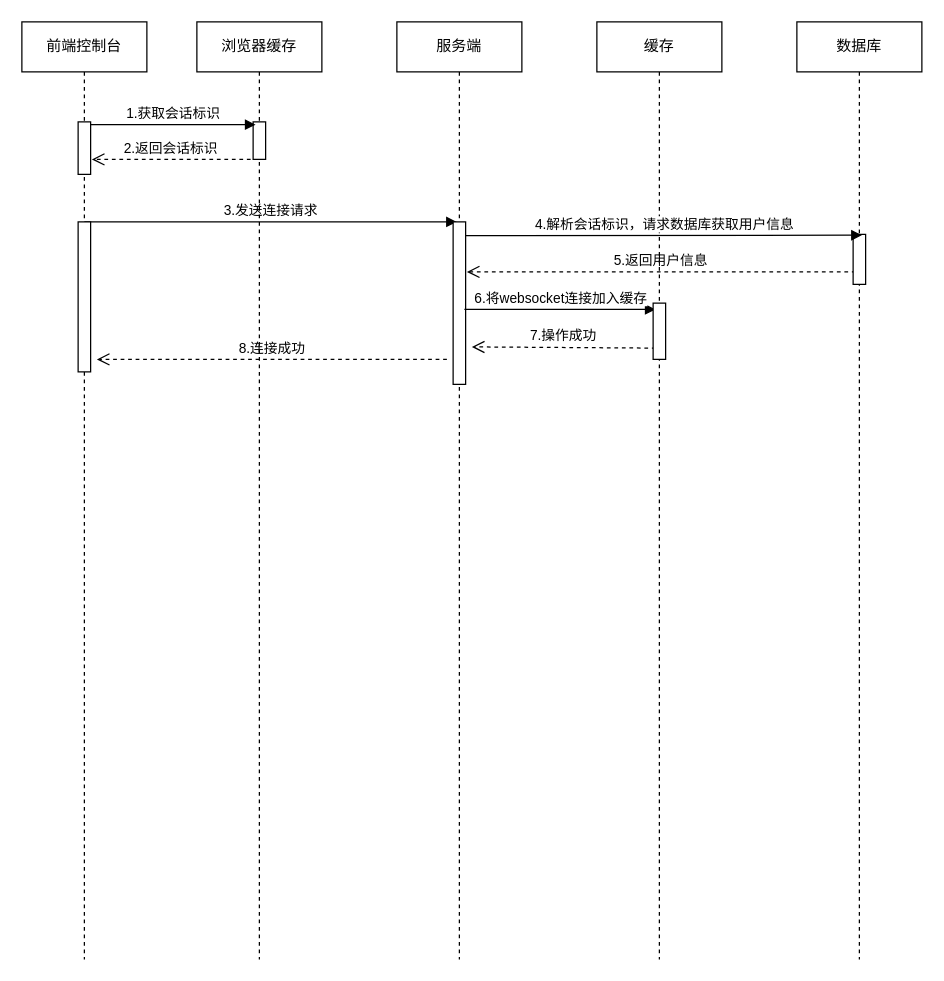
The draw.io diagram page "前端注册监听" (1 of 2) of websocket消息推送设计.drawio in iceAcmen/myDesign, before the edit. Source tidied: cells renumbered, new cells numbered last; positions are measured from the earlier drawing's top-left corner, leaving out a move shared by most shapes. Both pictures are drawn from the tidied source at 125%, with x=0, y=0 at pixel (21, 21).
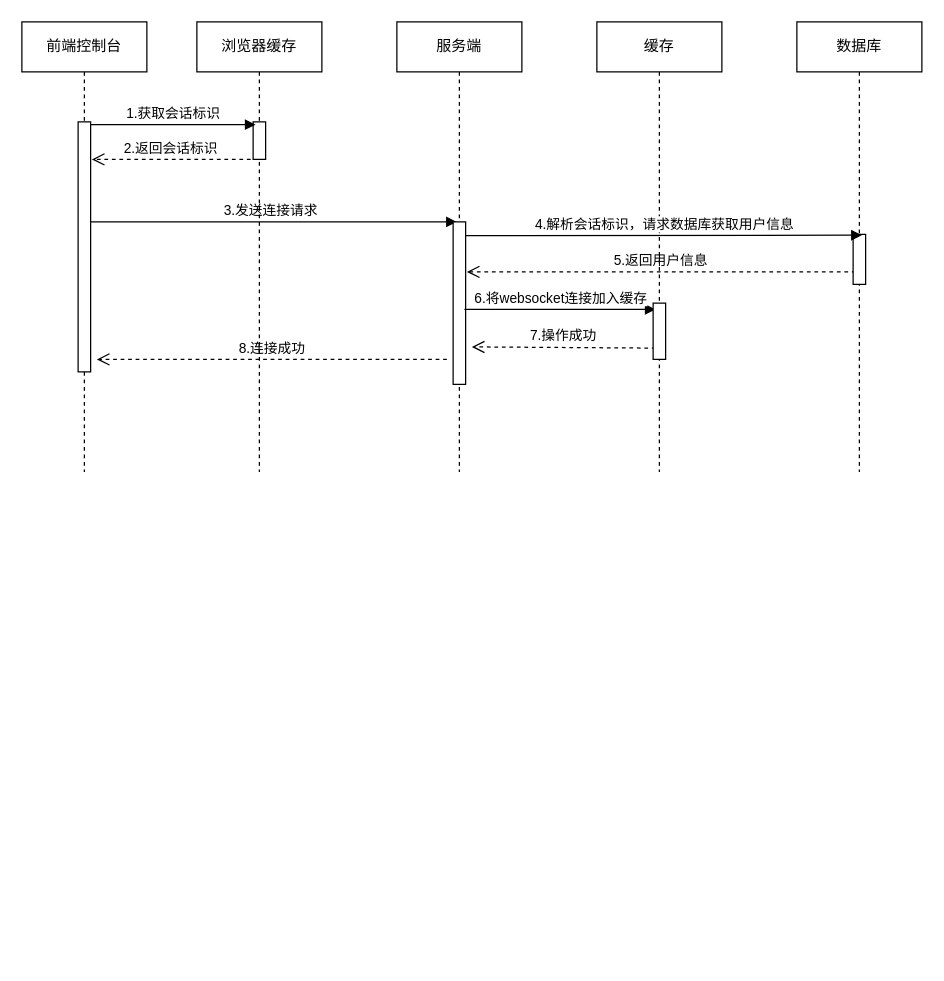
After the change.

Commit message (it also covers changes not shown here):
更新websocket消息推送设计.drawio

Unchanged cells that the change refers to:
```xml
<mxCell id="8" style="html=1;points=[];perimeter=orthogonalPerimeter;" parent="7" vertex="1">
  <mxGeometry x="45" y="80" width="10" height="30" as="geometry" />
</mxCell>
```

The edit, as a diff of the source:
```diff
@@
     <mxCell id="2" value="前端控制台" style="shape=umlLifeline;perimeter=lifelinePerimeter;whiteSpace=wrap;html=1;" parent="1" vertex="1">
-      <mxGeometry width="100" height="750" as="geometry" />
+      <mxGeometry width="100" height="360" as="geometry" />
     </mxCell>
@@
-    <mxCell id="5" style="html=1;points=[];perimeter=orthogonalPerimeter;" parent="2" vertex="1">
-      <mxGeometry x="45" y="80" width="10" height="42" as="geometry" />
-    </mxCell>
     <mxCell id="6" style="html=1;perimeter=orthogonalPerimeter;" parent="2" vertex="1">
-      <mxGeometry x="45" y="160" width="10" height="120" as="geometry" />
+      <mxGeometry x="45" y="80" width="10" height="200" as="geometry" />
     </mxCell>
     <mxCell id="7" value="浏览器缓存" style="shape=umlLifeline;perimeter=lifelinePerimeter;whiteSpace=wrap;html=1;" parent="1" vertex="1">
-      <mxGeometry x="140" width="100" height="750" as="geometry" />
+      <mxGeometry x="140" width="100" height="360" as="geometry" />
     </mxCell>
@@
     <mxCell id="9" value="服务端" style="shape=umlLifeline;perimeter=lifelinePerimeter;whiteSpace=wrap;html=1;" parent="1" vertex="1">
-      <mxGeometry x="300" width="100" height="750" as="geometry" />
+      <mxGeometry x="300" width="100" height="360" as="geometry" />
     </mxCell>
@@
     <mxCell id="14" value="缓存" style="shape=umlLifeline;perimeter=lifelinePerimeter;whiteSpace=wrap;html=1;" parent="1" vertex="1">
-      <mxGeometry x="460" width="100" height="750" as="geometry" />
+      <mxGeometry x="460" width="100" height="360" as="geometry" />
     </mxCell>
@@
     <mxCell id="16" value="数据库" style="shape=umlLifeline;perimeter=lifelinePerimeter;whiteSpace=wrap;html=1;" parent="1" vertex="1">
-      <mxGeometry x="620" width="100" height="750" as="geometry" />
+      <mxGeometry x="620" width="100" height="360" as="geometry" />
     </mxCell>
@@
-    <mxCell id="19" value="1.获取会话标识" style="html=1;verticalAlign=bottom;endArrow=block;entryX=0.2;entryY=0.075;entryDx=0;entryDy=0;entryPerimeter=0;" parent="1" edge="1" source="5" target="8">
-      <mxGeometry relative="1" as="geometry" />
+    <mxCell id="19" value="1.获取会话标识" style="html=1;verticalAlign=bottom;endArrow=block;entryX=0.2;entryY=0.075;entryDx=0;entryDy=0;entryPerimeter=0;" parent="1" edge="1" target="8">
+      <mxGeometry relative="1" as="geometry">
+        <mxPoint x="55" y="82.2" as="sourcePoint" />
+      </mxGeometry>
     </mxCell>
```
